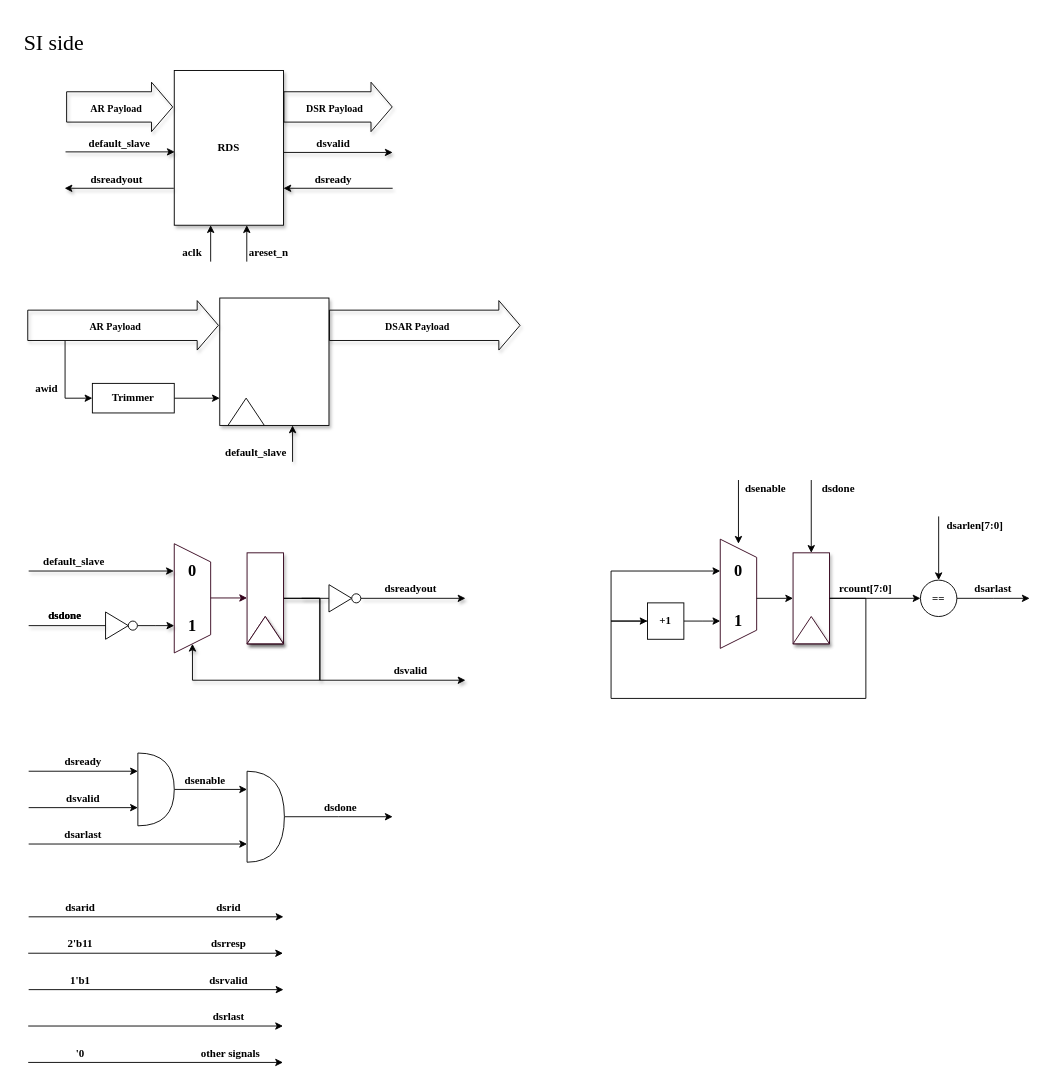
hungbk99/AXI4_BUS keeps this draw.io diagram as page "RDS" (9 of 12) of Untitled Diagram.drawio. Above is the earlier version. Source tidied: cells renumbered, new cells numbered last; positions are measured from the earlier drawing's top-left corner, leaving out a move shared by most shapes. Both pictures are drawn from the tidied source at 91%, with x=0, y=0 at pixel (19, 25).
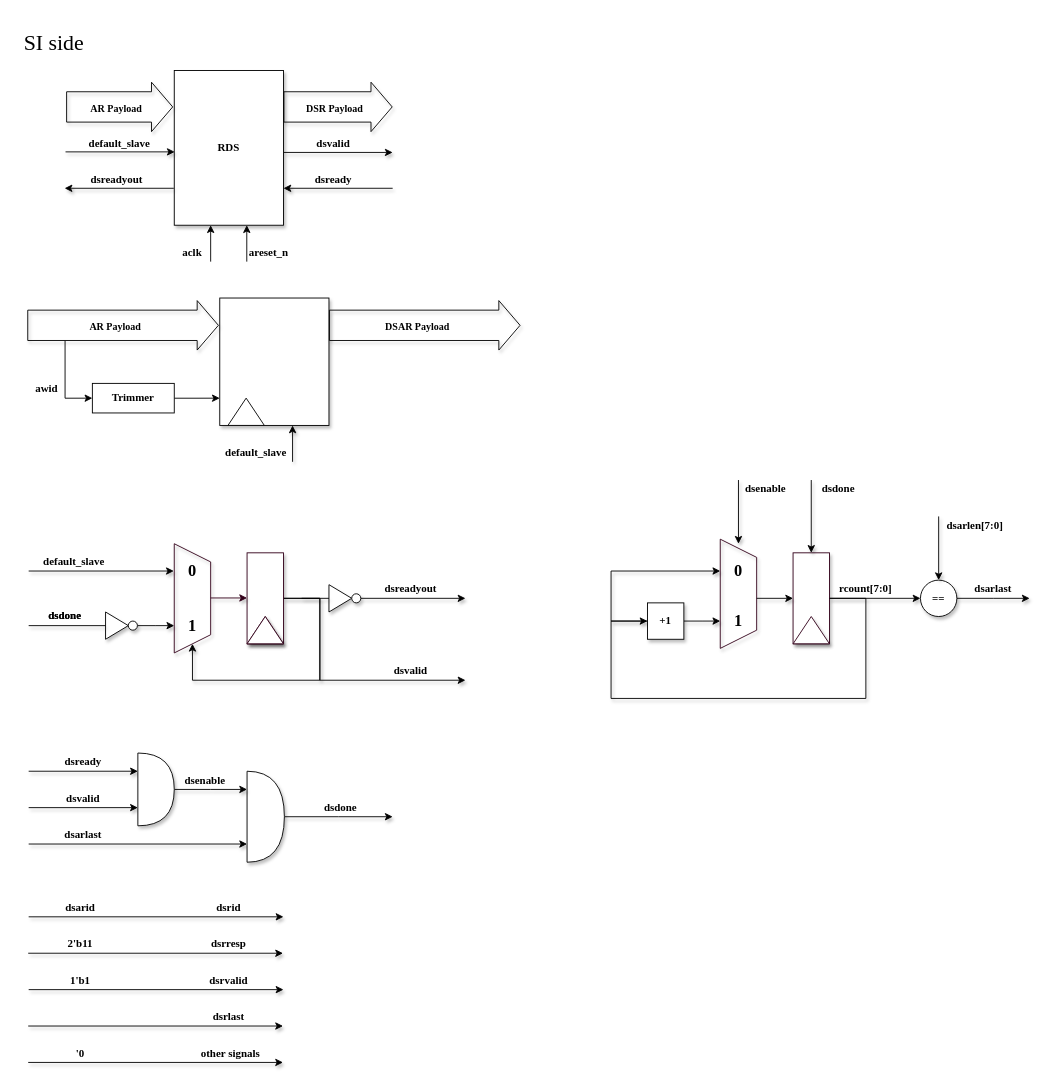
The same diagram, later.

Unchanged cells that the change refers to:
```xml
<mxCell id="80" style="rounded=0;whiteSpace=wrap;html=1;shadow=1;strokeColor=#33001A;" parent="1" vertex="1">
  <mxGeometry x="850" y="580" width="40" height="100" as="geometry" />
</mxCell>
```

The edit, as a diff of the source:
```diff
@@
-    <mxCell id="29" style="endArrow=none;html=1;fontFamily=Helvetica;fontSize=11;fontColor=#000000;align=center;strokeColor=#33001A;" parent="1" edge="1">
+    <mxCell id="29" style="endArrow=none;html=1;fontFamily=Helvetica;fontSize=11;fontColor=#000000;align=center;strokeColor=#33001A;shadow=1;" parent="1" edge="1">
       <mxGeometry relative="1" as="geometry">
         <mxPoint x="170" y="690" as="sourcePoint" />
         <mxPoint x="170" y="570" as="targetPoint" />
       </mxGeometry>
     </mxCell>
-    <mxCell id="30" style="endArrow=none;html=1;strokeColor=#33001A;" parent="1" edge="1">
+    <mxCell id="30" style="endArrow=none;html=1;strokeColor=#33001A;shadow=1;" parent="1" edge="1">
       <mxGeometry relative="1" as="geometry">
         <mxPoint x="210" y="670" as="sourcePoint" />
         <mxPoint x="210" y="590" as="targetPoint" />
       </mxGeometry>
     </mxCell>
-    <mxCell id="31" style="endArrow=none;html=1;strokeColor=#33001A;" parent="1" edge="1">
+    <mxCell id="31" style="endArrow=none;html=1;strokeColor=#33001A;shadow=1;" parent="1" edge="1">
       <mxGeometry relative="1" as="geometry">
         <mxPoint x="170" y="690" as="sourcePoint" />
         <mxPoint x="210" y="670" as="targetPoint" />
       </mxGeometry>
     </mxCell>
-    <mxCell id="32" style="endArrow=none;html=1;strokeColor=#33001A;" parent="1" edge="1">
+    <mxCell id="32" style="endArrow=none;html=1;strokeColor=#33001A;shadow=1;" parent="1" edge="1">
       <mxGeometry relative="1" as="geometry">
         <mxPoint x="170" y="570" as="sourcePoint" />
         <mxPoint x="210" y="590" as="targetPoint" />
       </mxGeometry>
     </mxCell>
-    <mxCell id="33" style="endArrow=classic;html=1;strokeColor=#33001A;" parent="1" edge="1">
+    <mxCell id="33" style="endArrow=classic;html=1;strokeColor=#33001A;shadow=1;" parent="1" edge="1">
       <mxGeometry relative="1" as="geometry">
         <mxPoint x="210" y="629.6" as="sourcePoint" />
         <mxPoint x="250" y="629.6" as="targetPoint" />
       </mxGeometry>
     </mxCell>
@@
-    <mxCell id="36" style="triangle;whiteSpace=wrap;html=1;shadow=0;" parent="1" vertex="1">
+    <mxCell id="36" style="triangle;whiteSpace=wrap;html=1;shadow=1;" parent="1" vertex="1">
       <mxGeometry x="340" y="615" width="25" height="30" as="geometry" />
     </mxCell>
-    <mxCell id="37" style="ellipse;whiteSpace=wrap;html=1;shadow=0;" parent="1" vertex="1">
+    <mxCell id="37" style="ellipse;whiteSpace=wrap;html=1;shadow=1;" parent="1" vertex="1">
       <mxGeometry x="365" y="625" width="10" height="10" as="geometry" />
     </mxCell>
@@
-    <mxCell id="39" style="triangle;whiteSpace=wrap;html=1;shadow=0;" parent="1" vertex="1">
+    <mxCell id="39" style="triangle;whiteSpace=wrap;html=1;shadow=1;" parent="1" vertex="1">
       <mxGeometry x="94.5" y="645" width="25" height="30" as="geometry" />
     </mxCell>
@@
-    <mxCell id="41" style="ellipse;whiteSpace=wrap;html=1;shadow=0;" parent="1" vertex="1">
+    <mxCell id="41" style="ellipse;whiteSpace=wrap;html=1;shadow=1;" parent="1" vertex="1">
       <mxGeometry x="119.5" y="655" width="10" height="10" as="geometry" />
     </mxCell>
@@
-    <mxCell id="56" style="endArrow=classic;html=1;" parent="1" edge="1">
+    <mxCell id="56" style="endArrow=classic;html=1;shadow=1;" parent="1" edge="1">
       <mxGeometry relative="1" as="geometry">
         <mxPoint x="10" y="820" as="sourcePoint" />
         <mxPoint x="130" y="820" as="targetPoint" />
       </mxGeometry>
     </mxCell>
-    <mxCell id="57" style="endArrow=classic;html=1;" parent="1" edge="1">
+    <mxCell id="57" style="endArrow=classic;html=1;shadow=1;" parent="1" edge="1">
       <mxGeometry relative="1" as="geometry">
         <mxPoint x="10" y="860" as="sourcePoint" />
         <mxPoint x="130" y="860" as="targetPoint" />
       </mxGeometry>
     </mxCell>
@@
-    <mxCell id="59" style="endArrow=classic;html=1;" parent="1" edge="1">
+    <mxCell id="59" style="endArrow=classic;html=1;shadow=1;" parent="1" edge="1">
       <mxGeometry relative="1" as="geometry">
         <mxPoint x="10" y="900" as="sourcePoint" />
         <mxPoint x="250" y="900" as="targetPoint" />
       </mxGeometry>
     </mxCell>
@@
-    <mxCell id="61" style="edgeStyle=orthogonalEdgeStyle;rounded=0;jettySize=auto;html=1;" parent="1" edge="1" source="62">
+    <mxCell id="61" style="edgeStyle=orthogonalEdgeStyle;rounded=0;jettySize=auto;html=1;shadow=1;" parent="1" edge="1" source="62">
       <mxGeometry relative="1" as="geometry">
         <mxPoint x="410" y="870" as="targetPoint" />
       </mxGeometry>
     </mxCell>
-    <mxCell id="62" style="shape=or;whiteSpace=wrap;html=1;" parent="1" vertex="1">
+    <mxCell id="62" style="shape=or;whiteSpace=wrap;html=1;shadow=1;" parent="1" vertex="1">
       <mxGeometry x="250" y="820" width="41" height="100" as="geometry" />
     </mxCell>
@@
-    <mxCell id="65" style="endArrow=classic;html=1;" parent="1" edge="1">
+    <mxCell id="65" style="endArrow=classic;html=1;shadow=1;" parent="1" edge="1">
       <mxGeometry relative="1" as="geometry">
         <mxPoint x="10" y="980" as="sourcePoint" />
         <mxPoint x="290" y="980" as="targetPoint" />
       </mxGeometry>
     </mxCell>
@@
-    <mxCell id="68" style="endArrow=classic;html=1;" parent="1" edge="1">
+    <mxCell id="68" style="endArrow=classic;html=1;shadow=1;" parent="1" edge="1">
       <mxGeometry relative="1" as="geometry">
         <mxPoint x="9.5" y="1140" as="sourcePoint" />
         <mxPoint x="289.5" y="1140" as="targetPoint" />
       </mxGeometry>
     </mxCell>
-    <mxCell id="69" value="&lt;b&gt;&lt;font face=&quot;Times New Roman&quot;&gt;other signals&lt;/font&gt;&lt;/b&gt;" style="text;html=1;strokeColor=none;fillColor=none;align=center;verticalAlign=middle;whiteSpace=wrap;rounded=0;" parent="1" vertex="1">
+    <mxCell id="69" value="&lt;b&gt;&lt;font face=&quot;Times New Roman&quot;&gt;other signals&lt;/font&gt;&lt;/b&gt;" style="text;html=1;strokeColor=none;fillColor=none;align=center;verticalAlign=middle;whiteSpace=wrap;rounded=0;shadow=1;" parent="1" vertex="1">
       <mxGeometry x="183.5" y="1120" width="96" height="20" as="geometry" />
     </mxCell>
@@
-    <mxCell id="71" style="endArrow=classic;html=1;" parent="1" edge="1">
+    <mxCell id="71" style="endArrow=classic;html=1;shadow=1;" parent="1" edge="1">
       <mxGeometry relative="1" as="geometry">
         <mxPoint x="9.5" y="1020" as="sourcePoint" />
         <mxPoint x="289.5" y="1020" as="targetPoint" />
       </mxGeometry>
     </mxCell>
@@
-    <mxCell id="74" style="endArrow=classic;html=1;" parent="1" edge="1">
+    <mxCell id="74" style="endArrow=classic;html=1;shadow=1;" parent="1" edge="1">
       <mxGeometry relative="1" as="geometry">
         <mxPoint x="10" y="1060" as="sourcePoint" />
         <mxPoint x="290" y="1060" as="targetPoint" />
       </mxGeometry>
     </mxCell>
@@
-    <mxCell id="77" style="endArrow=classic;html=1;" parent="1" edge="1">
+    <mxCell id="77" style="endArrow=classic;html=1;shadow=1;" parent="1" edge="1">
       <mxGeometry relative="1" as="geometry">
         <mxPoint x="9.5" y="1100" as="sourcePoint" />
         <mxPoint x="289.5" y="1100" as="targetPoint" />
       </mxGeometry>
     </mxCell>
@@
-    <mxCell id="79" style="edgeStyle=orthogonalEdgeStyle;rounded=0;jettySize=auto;html=1;entryX=0;entryY=0.5;entryDx=0;entryDy=0;" parent="1" edge="1" source="80" target="96">
+    <mxCell id="79" style="edgeStyle=orthogonalEdgeStyle;rounded=0;jettySize=auto;html=1;entryX=0;entryY=0.5;entryDx=0;entryDy=0;shadow=1;" parent="1" edge="1" source="80" target="96">
       <mxGeometry relative="1" as="geometry" />
     </mxCell>
@@
-    <mxCell id="82" style="edgeStyle=orthogonalEdgeStyle;rounded=0;jettySize=auto;html=1;entryX=0;entryY=0.5;entryDx=0;entryDy=0;" parent="1" edge="1" target="93">
+    <mxCell id="82" style="edgeStyle=orthogonalEdgeStyle;rounded=0;jettySize=auto;html=1;entryX=0;entryY=0.5;entryDx=0;entryDy=0;shadow=1;" parent="1" edge="1" target="93">
       <mxGeometry relative="1" as="geometry">
         <mxPoint x="890" y="630" as="sourcePoint" />
         <Array as="points">
           <mxPoint x="930" y="630" />
           <mxPoint x="930" y="740" />
           <mxPoint x="650" y="740" />
           <mxPoint x="650" y="655" />
         </Array>
       </mxGeometry>
     </mxCell>
@@
-    <mxCell id="84" style="endArrow=none;html=1;fontFamily=Helvetica;fontSize=11;fontColor=#000000;align=center;strokeColor=#33001A;" parent="1" edge="1">
+    <mxCell id="84" style="endArrow=none;html=1;fontFamily=Helvetica;fontSize=11;fontColor=#000000;align=center;strokeColor=#33001A;shadow=1;" parent="1" edge="1">
       <mxGeometry relative="1" as="geometry">
         <mxPoint x="770" y="685" as="sourcePoint" />
         <mxPoint x="770" y="565" as="targetPoint" />
       </mxGeometry>
     </mxCell>
-    <mxCell id="85" style="endArrow=none;html=1;strokeColor=#33001A;" parent="1" edge="1">
+    <mxCell id="85" style="endArrow=none;html=1;strokeColor=#33001A;shadow=1;" parent="1" edge="1">
       <mxGeometry relative="1" as="geometry">
         <mxPoint x="810" y="665" as="sourcePoint" />
         <mxPoint x="810" y="585" as="targetPoint" />
       </mxGeometry>
     </mxCell>
-    <mxCell id="86" style="endArrow=none;html=1;strokeColor=#33001A;" parent="1" edge="1">
+    <mxCell id="86" style="endArrow=none;html=1;strokeColor=#33001A;shadow=1;" parent="1" edge="1">
       <mxGeometry relative="1" as="geometry">
         <mxPoint x="770" y="685" as="sourcePoint" />
         <mxPoint x="810" y="665" as="targetPoint" />
       </mxGeometry>
     </mxCell>
-    <mxCell id="87" style="endArrow=none;html=1;strokeColor=#33001A;" parent="1" edge="1">
+    <mxCell id="87" style="endArrow=none;html=1;strokeColor=#33001A;shadow=1;" parent="1" edge="1">
       <mxGeometry relative="1" as="geometry">
         <mxPoint x="770" y="565" as="sourcePoint" />
         <mxPoint x="810" y="585" as="targetPoint" />
       </mxGeometry>
     </mxCell>
@@
-    <mxCell id="90" style="endArrow=classic;html=1;" parent="1" edge="1" target="80">
+    <mxCell id="90" style="endArrow=classic;html=1;shadow=1;" parent="1" edge="1" target="80">
       <mxGeometry relative="1" as="geometry">
         <mxPoint x="810" y="630" as="sourcePoint" />
       </mxGeometry>
     </mxCell>
-    <mxCell id="91" style="edgeStyle=orthogonalEdgeStyle;rounded=0;jettySize=auto;html=1;" parent="1" edge="1" source="93">
+    <mxCell id="91" style="edgeStyle=orthogonalEdgeStyle;rounded=0;jettySize=auto;html=1;shadow=1;" parent="1" edge="1" source="93">
       <mxGeometry relative="1" as="geometry">
         <mxPoint x="770" y="655" as="targetPoint" />
       </mxGeometry>
     </mxCell>
-    <mxCell id="92" style="edgeStyle=orthogonalEdgeStyle;rounded=0;jettySize=auto;html=1;" parent="1" edge="1" source="93">
+    <mxCell id="92" style="edgeStyle=orthogonalEdgeStyle;rounded=0;jettySize=auto;html=1;shadow=1;" parent="1" edge="1" source="93">
       <mxGeometry relative="1" as="geometry">
         <mxPoint x="770" y="600" as="targetPoint" />
         <Array as="points">
           <mxPoint x="650" y="655" />
           <mxPoint x="650" y="600" />
         </Array>
       </mxGeometry>
     </mxCell>
-    <mxCell id="93" value="&lt;b&gt;&lt;font face=&quot;Times New Roman&quot;&gt;+1&lt;/font&gt;&lt;/b&gt;" style="whiteSpace=wrap;html=1;" parent="1" vertex="1">
+    <mxCell id="93" value="&lt;b&gt;&lt;font face=&quot;Times New Roman&quot;&gt;+1&lt;/font&gt;&lt;/b&gt;" style="whiteSpace=wrap;html=1;shadow=1;" parent="1" vertex="1">
       <mxGeometry x="690" y="635" width="40" height="40" as="geometry" />
     </mxCell>
@@
-    <mxCell id="95" style="edgeStyle=orthogonalEdgeStyle;rounded=0;jettySize=auto;html=1;" parent="1" edge="1" source="96">
+    <mxCell id="95" style="edgeStyle=orthogonalEdgeStyle;rounded=0;jettySize=auto;html=1;shadow=1;" parent="1" edge="1" source="96">
       <mxGeometry relative="1" as="geometry">
         <mxPoint x="1110" y="630" as="targetPoint" />
       </mxGeometry>
     </mxCell>
-    <mxCell id="96" value="&lt;b&gt;&lt;font face=&quot;Times New Roman&quot;&gt;==&lt;/font&gt;&lt;/b&gt;" style="ellipse;whiteSpace=wrap;html=1;" parent="1" vertex="1">
+    <mxCell id="96" value="&lt;b&gt;&lt;font face=&quot;Times New Roman&quot;&gt;==&lt;/font&gt;&lt;/b&gt;" style="ellipse;whiteSpace=wrap;html=1;shadow=1;" parent="1" vertex="1">
       <mxGeometry x="990" y="610" width="40" height="40" as="geometry" />
     </mxCell>
-    <mxCell id="97" style="endArrow=classic;html=1;entryX=0.5;entryY=0;entryDx=0;entryDy=0;" parent="1" edge="1" target="96">
+    <mxCell id="97" style="endArrow=classic;html=1;entryX=0.5;entryY=0;entryDx=0;entryDy=0;shadow=1;" parent="1" edge="1" target="96">
       <mxGeometry relative="1" as="geometry">
         <mxPoint x="1010" y="540" as="sourcePoint" />
       </mxGeometry>
     </mxCell>
@@
-    <mxCell id="99" style="endArrow=classic;html=1;" parent="1" edge="1">
+    <mxCell id="99" style="endArrow=classic;html=1;shadow=1;" parent="1" edge="1">
       <mxGeometry relative="1" as="geometry">
         <mxPoint x="790" y="500" as="sourcePoint" />
         <mxPoint x="790" y="570" as="targetPoint" />
       </mxGeometry>
     </mxCell>
@@
-    <mxCell id="101" style="endArrow=classic;html=1;entryX=0.5;entryY=0;entryDx=0;entryDy=0;" parent="1" edge="1" target="80">
+    <mxCell id="101" style="endArrow=classic;html=1;entryX=0.5;entryY=0;entryDx=0;entryDy=0;shadow=1;" parent="1" edge="1" target="80">
       <mxGeometry relative="1" as="geometry">
         <mxPoint x="870" y="500" as="sourcePoint" />
       </mxGeometry>
     </mxCell>
@@
-    <mxCell id="103" style="edgeStyle=orthogonalEdgeStyle;rounded=0;jettySize=auto;html=1;" parent="1" edge="1" source="104">
+    <mxCell id="103" style="edgeStyle=orthogonalEdgeStyle;rounded=0;jettySize=auto;html=1;shadow=1;" parent="1" edge="1" source="104">
       <mxGeometry relative="1" as="geometry">
         <mxPoint x="250" y="840" as="targetPoint" />
       </mxGeometry>
     </mxCell>
-    <mxCell id="104" style="shape=or;whiteSpace=wrap;html=1;" parent="1" vertex="1">
+    <mxCell id="104" style="shape=or;whiteSpace=wrap;html=1;shadow=1;" parent="1" vertex="1">
       <mxGeometry x="130" y="800" width="40" height="80" as="geometry" />
     </mxCell>
```
